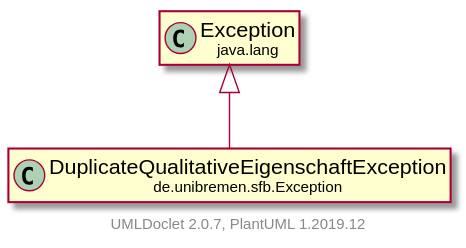
Above: doc/UML/modulsichtSVG/DuplicateQualitativeEigenschaftException.svg in fkehlenb/softwareprojekt-2 (PlantUML), before the change.
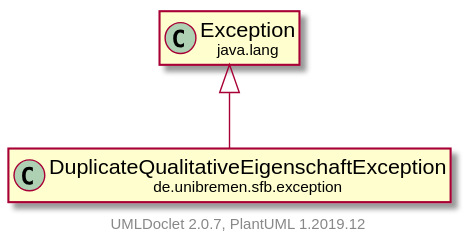
The same diagram one commit later.

Diff of the diagram source:
```diff
@@ -3,11 +3,11 @@
     hide empty fields
     hide empty methods
 
-    class "<size:14>DuplicateQualitativeEigenschaftException\n<size:10>de.unibremen.sfb.Exception" as de.unibremen.sfb.Exception.DuplicateQualitativeEigenschaftException [[DuplicateQualitativeEigenschaftException.html]]
+    class "<size:14>DuplicateQualitativeEigenschaftException\n<size:10>de.unibremen.sfb.exception" as de.unibremen.sfb.exception.DuplicateQualitativeEigenschaftException [[DuplicateQualitativeEigenschaftException.html]]
 
-    class "<size:14>Exception\n<size:10>java.lang" as java.lang.Exception [[https://docs.oracle.com/en/java/javase/11/docs/api/java.base/java/lang/Exception.html?is-external=true]]
+    class "<size:14>exception\n<size:10>java.lang" as java.lang.exception [[https://docs.oracle.com/en/java/javase/11/docs/api/java.base/java/lang/Exception.html?is-external=true]]
 
-    java.lang.Exception <|-- de.unibremen.sfb.Exception.DuplicateQualitativeEigenschaftException
+    java.lang.exception <|-- de.unibremen.sfb.exception.DuplicateQualitativeEigenschaftException
 
     center footer UMLDoclet 2.0.7, PlantUML 1.2019.12
 @enduml
```
